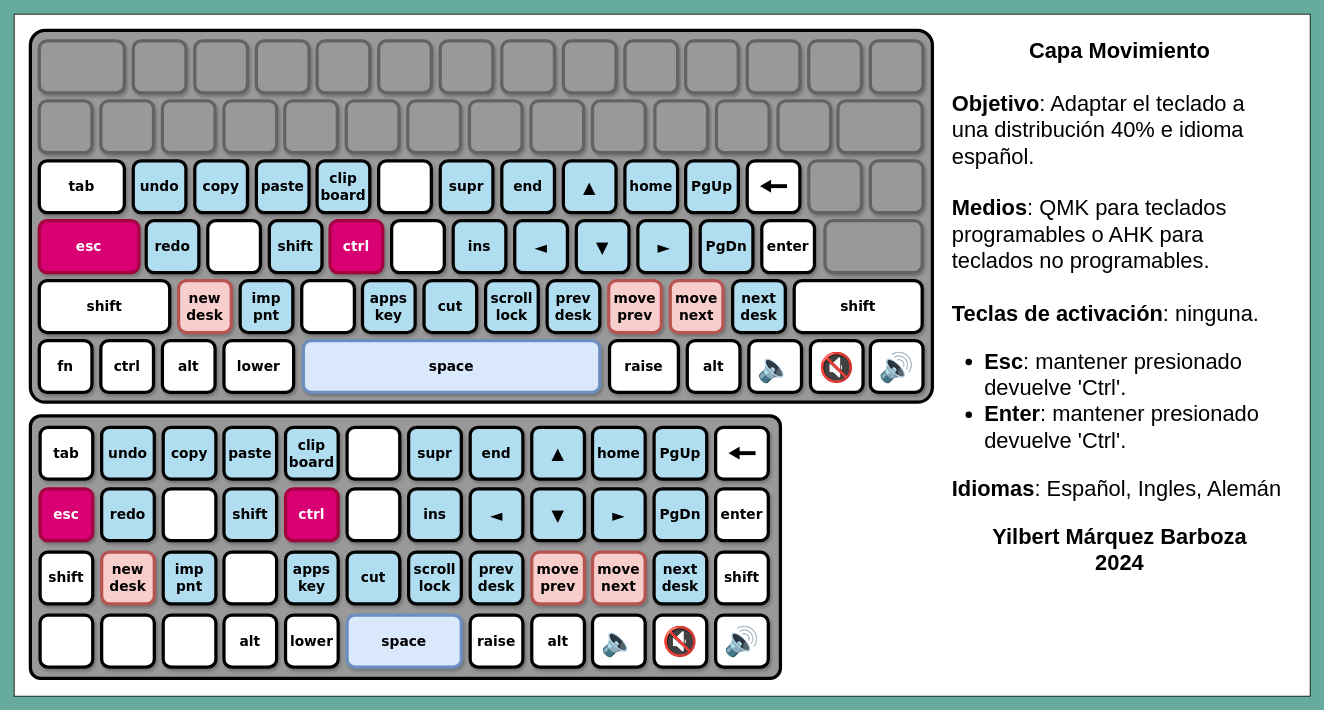
The draw.io diagram page "Capa de Movimiento y edición" (8 of 14) of Teclado 40% - Diagramas/Teclado personalizado.drawio in Gisalberht/AutoHotkeyV2---Scripts, before the edit. Source tidied: cells renumbered, new cells numbered last; positions are measured from the earlier drawing's top-left corner, leaving out a move shared by most shapes. Both pictures are drawn from the tidied source at 81%, with x=0, y=0 at pixel (14, 14).
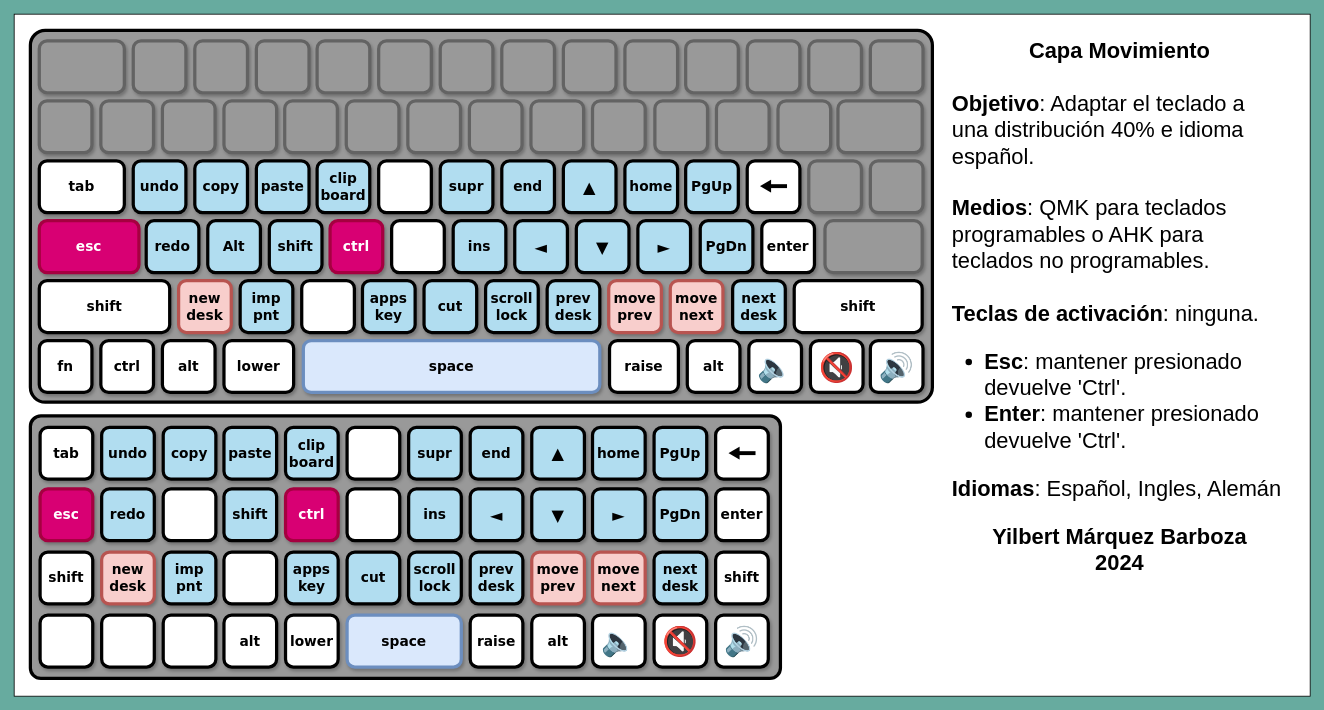
The same page after the edit.

What changed in the source:
```diff
@@
-    <mxCell id="50" style="rounded=1;whiteSpace=wrap;html=1;strokeWidth=4;shadow=1;align=center;verticalAlign=middle;fontFamily=Verdana;fontSize=20;fontStyle=1;" parent="6" vertex="1">
+    <mxCell id="50" value="Alt" style="rounded=1;whiteSpace=wrap;html=1;strokeWidth=4;shadow=1;align=center;verticalAlign=middle;fontFamily=Verdana;fontSize=17;fontStyle=1;strokeColor=#000000;fontColor=default;fillColor=#b1ddf0;" parent="6" vertex="1">
       <mxGeometry x="239" y="255" width="65" height="64" as="geometry" />
     </mxCell>
```
